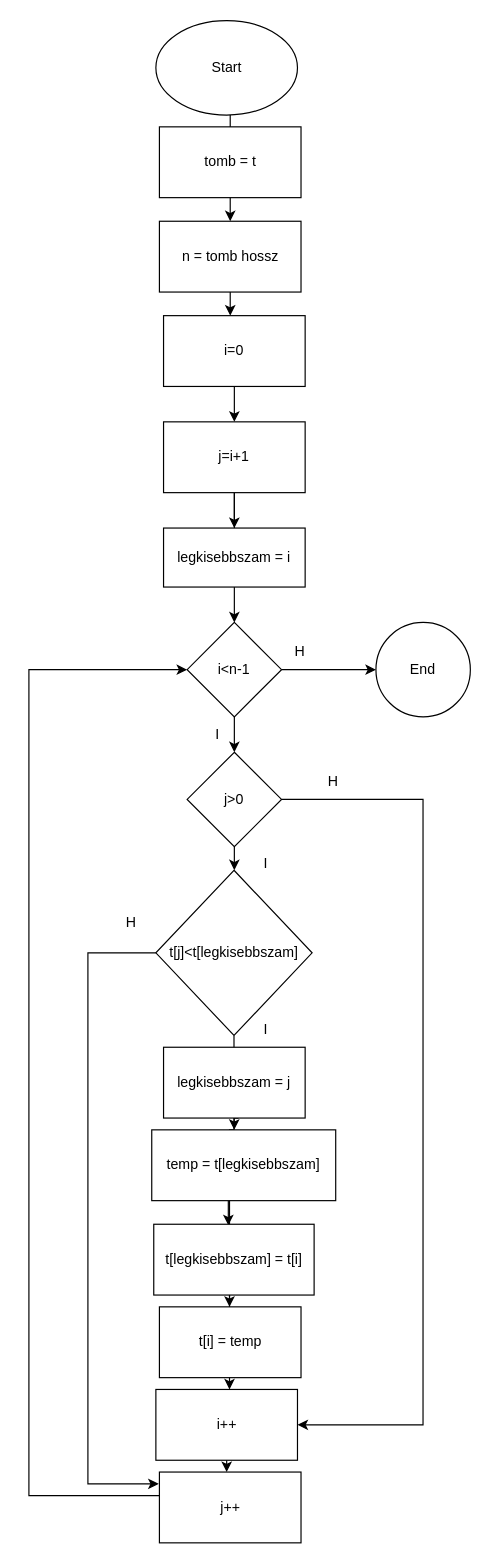
The draw.io diagram Kiválasztás(min).drawio in Dani-frog/ada, before the edit. Source tidied: cells renumbered, new cells numbered last; positions are measured from the earlier drawing's top-left corner, leaving out a move shared by most shapes. Both pictures are drawn from the tidied source at 118%, with x=0, y=0 at pixel (28, 20).
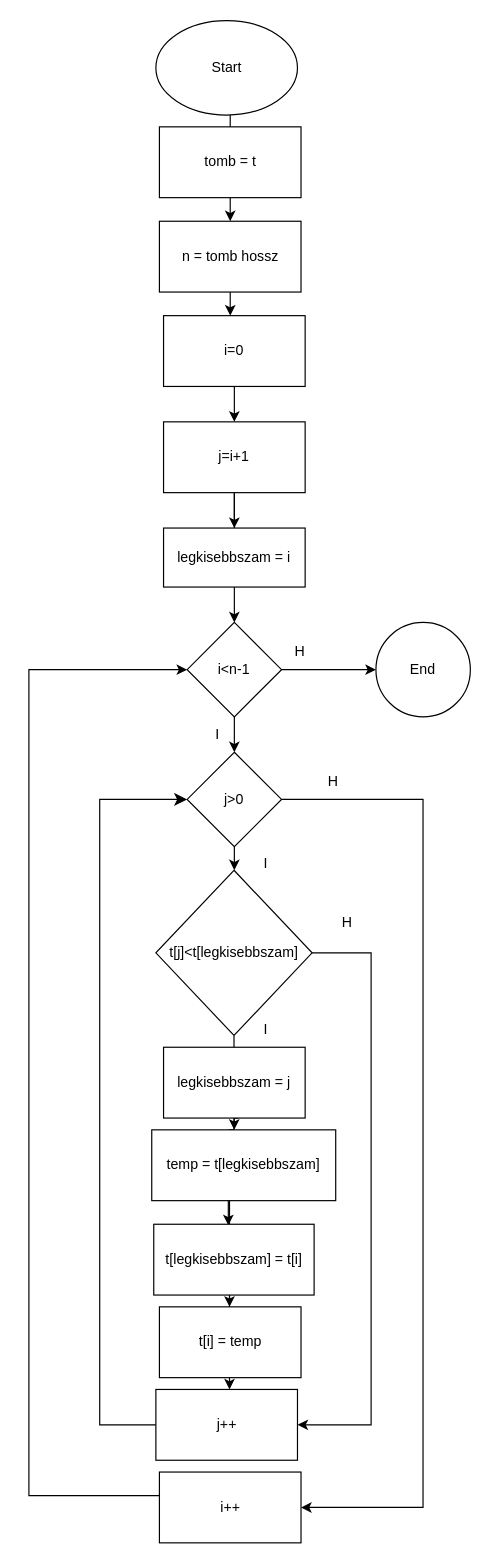
The same page after the edit.

Unchanged cells that the change refers to:
```xml
<mxCell id="32" value="j&amp;gt;0" style="rhombus;whiteSpace=wrap;html=1;" parent="1" vertex="1">
  <mxGeometry x="134.1" y="620" width="80" height="80" as="geometry" />
</mxCell>
<mxCell id="34" value="t[j]&amp;lt;t[legkisebbszam]" style="rhombus;whiteSpace=wrap;html=1;" parent="1" vertex="1">
  <mxGeometry x="107.6" y="720" width="132.4" height="140" as="geometry" />
</mxCell>
```

The edit, as a diff of the source:
```diff
@@
-    <mxCell id="14" style="edgeStyle=orthogonalEdgeStyle;rounded=0;jettySize=auto;html=1;entryX=1;entryY=0.5;entryDx=0;entryDy=0;" parent="1" edge="1" source="32" target="16">
+    <mxCell id="14" style="edgeStyle=orthogonalEdgeStyle;rounded=0;jettySize=auto;html=1;entryX=1;entryY=0.5;entryDx=0;entryDy=0;" parent="1" edge="1" source="32" target="19">
       <mxGeometry relative="1" as="geometry">
         <Array as="points">
           <mxPoint x="334" y="660" />
-          <mxPoint x="334" y="1190" />
+          <mxPoint x="334" y="1260" />
         </Array>
       </mxGeometry>
     </mxCell>
-    <mxCell id="15" style="edgeStyle=orthogonalEdgeStyle;rounded=0;jettySize=auto;html=1;" parent="1" edge="1" source="16" target="19">
-      <mxGeometry relative="1" as="geometry">
-        <Array as="points">
-          <mxPoint x="171" y="1210" />
-          <mxPoint x="170" y="1210" />
-        </Array>
-      </mxGeometry>
-    </mxCell>
-    <mxCell id="16" value="i++&lt;br&gt;" style="whiteSpace=wrap;html=1;" parent="1" vertex="1">
+    <mxCell id="16" value="j++" style="whiteSpace=wrap;html=1;" parent="1" vertex="1">
       <mxGeometry x="107.6" y="1160" width="120" height="60" as="geometry" />
     </mxCell>
@@
-    <mxCell id="19" value="j++" style="whiteSpace=wrap;html=1;" parent="1" vertex="1">
+    <mxCell id="19" value="i++" style="whiteSpace=wrap;html=1;" parent="1" vertex="1">
       <mxGeometry x="110.6" y="1230" width="120" height="60" as="geometry" />
     </mxCell>
@@
     <mxCell id="27" value="H&lt;br&gt;" style="text;html=1;strokeColor=none;fillColor=none;align=center;verticalAlign=middle;whiteSpace=wrap;rounded=0;" parent="1" vertex="1">
-      <mxGeometry x="57.1" y="750" width="60" height="30" as="geometry" />
+      <mxGeometry x="240" y="750" width="60" height="30" as="geometry" />
     </mxCell>
@@
-    <mxCell id="38" style="edgeStyle=orthogonalEdgeStyle;rounded=0;jettySize=auto;html=1;" parent="1" edge="1" source="34">
+    <mxCell id="38" style="edgeStyle=orthogonalEdgeStyle;rounded=0;jettySize=auto;html=1;entryX=1;entryY=0.5;entryDx=0;entryDy=0;" parent="1" edge="1" source="34" target="16">
       <mxGeometry relative="1" as="geometry">
-        <mxPoint x="110" y="1240" as="targetPoint" />
         <Array as="points">
-          <mxPoint x="50" y="790" />
-          <mxPoint x="50" y="1240" />
+          <mxPoint x="290" y="790" />
+          <mxPoint x="290" y="1190" />
         </Array>
       </mxGeometry>
     </mxCell>
@@
+    <mxCell id="40" style="endArrow=classic;html=1;rounded=0;fontSize=12;startSize=8;endSize=8;entryX=0;entryY=0.5;entryDx=0;entryDy=0;exitX=0;exitY=0.5;exitDx=0;exitDy=0;edgeStyle=orthogonalEdgeStyle;" parent="1" edge="1" source="16" target="32">
+      <mxGeometry relative="1" as="geometry">
+        <Array as="points">
+          <mxPoint x="60" y="1190" />
+          <mxPoint x="60" y="660" />
+        </Array>
+      </mxGeometry>
+    </mxCell>
```
